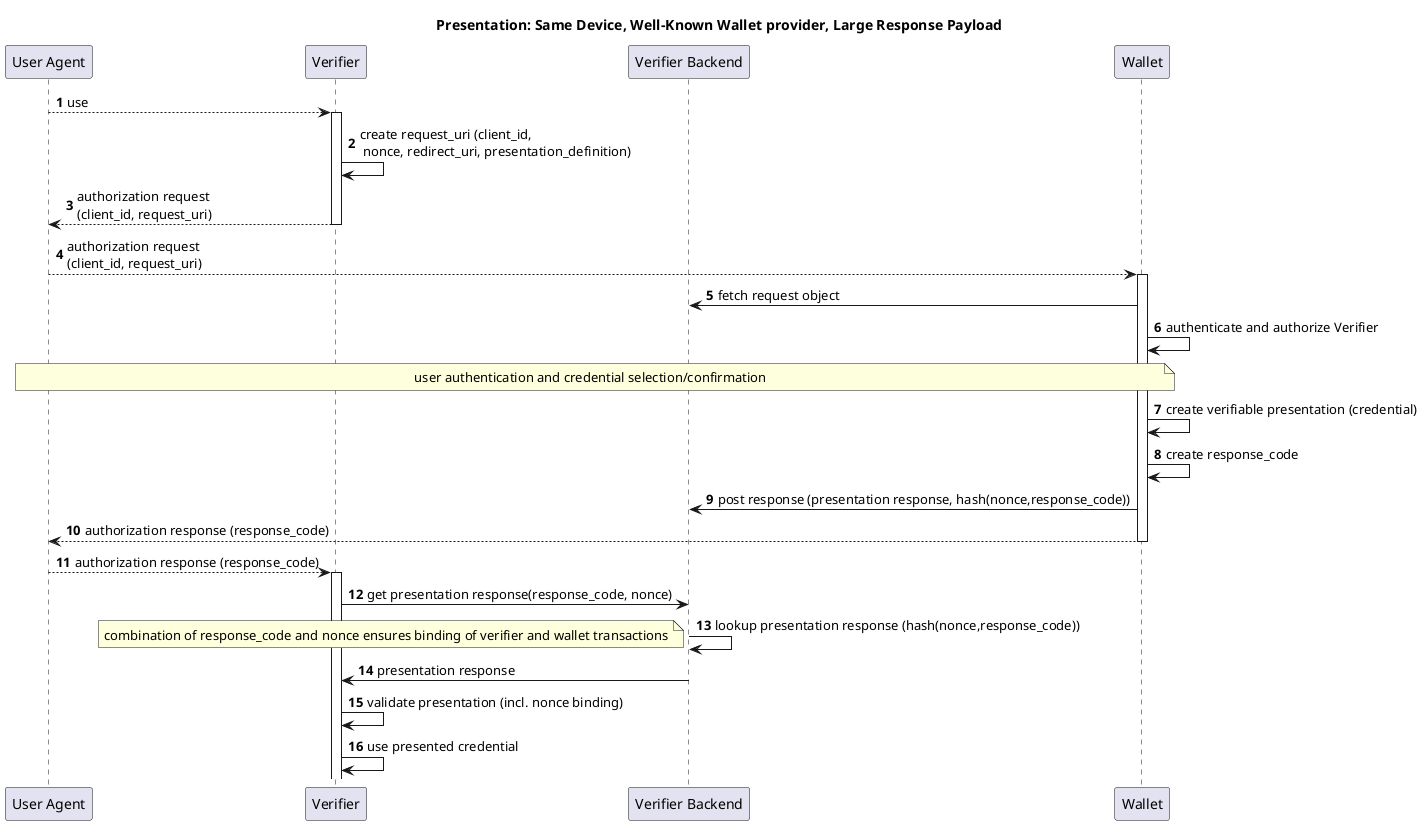
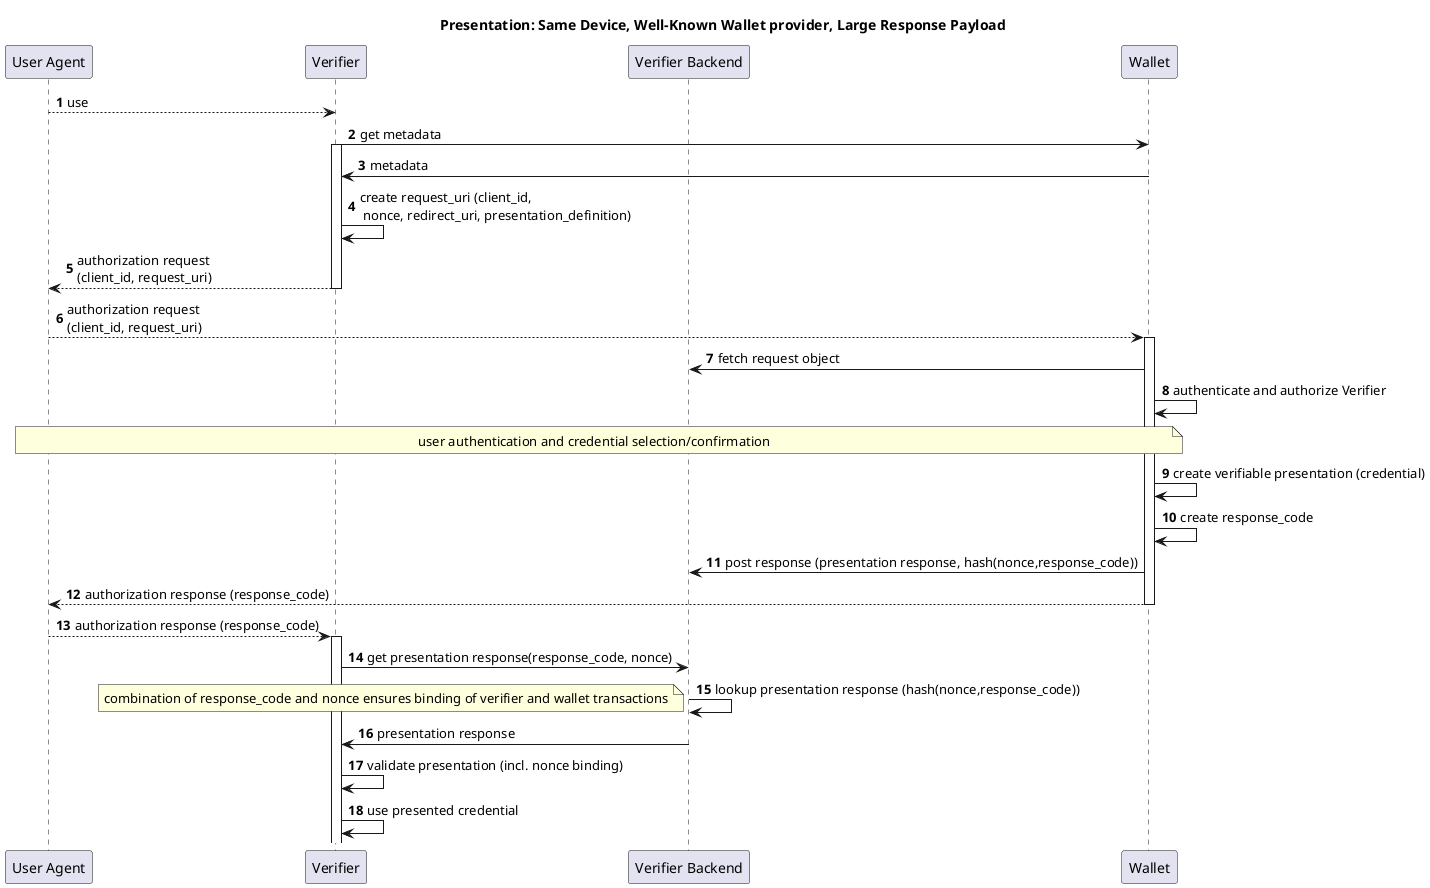
@startuml

autonumber

title "Presentation: Same Device, Well-Known Wallet provider, Large Response Payload"

participant "User Agent" as u

participant "Verifier" as r

participant "Verifier Backend" as rb

participant "Wallet" as w

u --> r : use
+ r -> w: get metadata
activate r
+ w -> r: metadata
r -> r: create request_uri (client_id,\n nonce, redirect_uri, presentation_definition)
r --> u: authorization request\n(client_id, request_uri)
deactivate r
u --> w: authorization request\n(client_id, request_uri)
activate w
w -> rb: fetch request object
w -> w: authenticate and authorize Verifier

note over u, w: user authentication and credential selection/confirmation

w -> w: create verifiable presentation (credential)
w -> w: create response_code
w -> rb: post response (presentation response, hash(nonce,response_code))
w --> u: authorization response (response_code)
deactivate w
u --> r: authorization response (response_code)
activate r
r -> rb: get presentation response(response_code, nonce)
rb -> rb: lookup presentation response (hash(nonce,response_code))
note left: combination of response_code and nonce ensures binding of verifier and wallet transactions
rb -> r: presentation response
r -> r: validate presentation (incl. nonce binding)
r -> r: use presented credential
@enduml